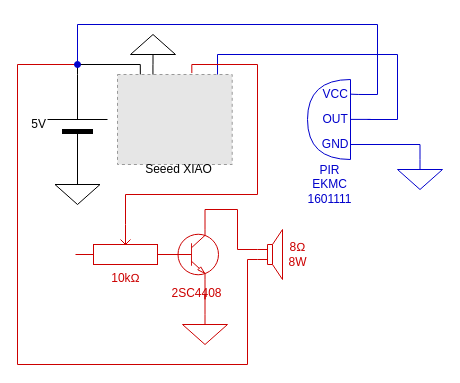
EugenDueck/xiao-rp2040-audio-player keeps this draw.io diagram as xiao-rp2040-audioplayer.drawio. Above is the earlier version. Source tidied: cells renumbered, new cells numbered last; positions are measured from the earlier drawing's top-left corner, leaving out a move shared by most shapes. Both pictures are drawn from the tidied source at 100%, with x=0, y=0 at pixel (17, 24). Pictures stored in the file or linked from it are replaced by grey dashed boxes.
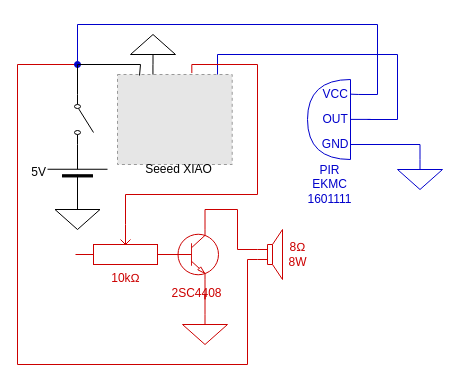
Above is the later version.

The change refers to these unchanged cells:
```xml
<mxCell id="3" style="fillColor=#E6E6E6;strokeColor=#999999;dashed=1;" parent="1" vertex="1">
  <mxGeometry x="100" y="50" width="114.7" height="90" as="geometry" />
</mxCell>
```

Change to the diagram source:
```diff
@@
-    <mxCell id="4" style="edgeStyle=orthogonalEdgeStyle;rounded=0;jettySize=auto;html=1;exitX=1;exitY=0.5;exitDx=0;exitDy=0;exitPerimeter=0;entryX=0.199;entryY=-0.001;entryDx=0;entryDy=0;entryPerimeter=0;endArrow=none;endFill=0;" parent="1" edge="1" source="5" target="3">
-      <mxGeometry relative="1" as="geometry">
-        <Array as="points">
-          <mxPoint x="60" y="40" />
-          <mxPoint x="123" y="40" />
-        </Array>
-      </mxGeometry>
-    </mxCell>
     <mxCell id="5" value="5V" style="verticalLabelPosition=middle;shadow=0;dashed=0;align=right;fillColor=#000000;html=1;verticalAlign=middle;strokeWidth=1;shape=mxgraph.electrical.miscellaneous.monocell_battery;direction=north;labelPosition=left;" parent="1" vertex="1">
-      <mxGeometry x="30" y="50" width="60" height="100" as="geometry" />
+      <mxGeometry x="30" y="120" width="60" height="55" as="geometry" />
     </mxCell>
@@
     <mxCell id="14" style="verticalLabelPosition=bottom;shadow=0;dashed=0;align=center;html=1;verticalAlign=top;shape=mxgraph.electrical.signal_sources.signal_ground;" parent="1" vertex="1">
-      <mxGeometry x="37.5" y="150" width="45" height="30" as="geometry" />
+      <mxGeometry x="37.5" y="175" width="45" height="30" as="geometry" />
     </mxCell>
@@
+    <mxCell id="29" style="edgeStyle=orthogonalEdgeStyle;rounded=0;jettySize=auto;html=1;entryX=0.192;entryY=0.011;entryDx=0;entryDy=0;entryPerimeter=0;endArrow=none;endFill=0;" parent="1" edge="1" source="30" target="3">
+      <mxGeometry relative="1" as="geometry">
+        <Array as="points">
+          <mxPoint x="60" y="40" />
+          <mxPoint x="123" y="40" />
+          <mxPoint x="123" y="51" />
+        </Array>
+      </mxGeometry>
+    </mxCell>
+    <mxCell id="30" style="verticalLabelPosition=bottom;shadow=0;dashed=0;align=center;html=1;verticalAlign=top;shape=mxgraph.electrical.electro-mechanical.simple_switch;direction=south;" parent="1" vertex="1">
+      <mxGeometry x="57" y="70" width="19" height="50" as="geometry" />
+    </mxCell>
```
